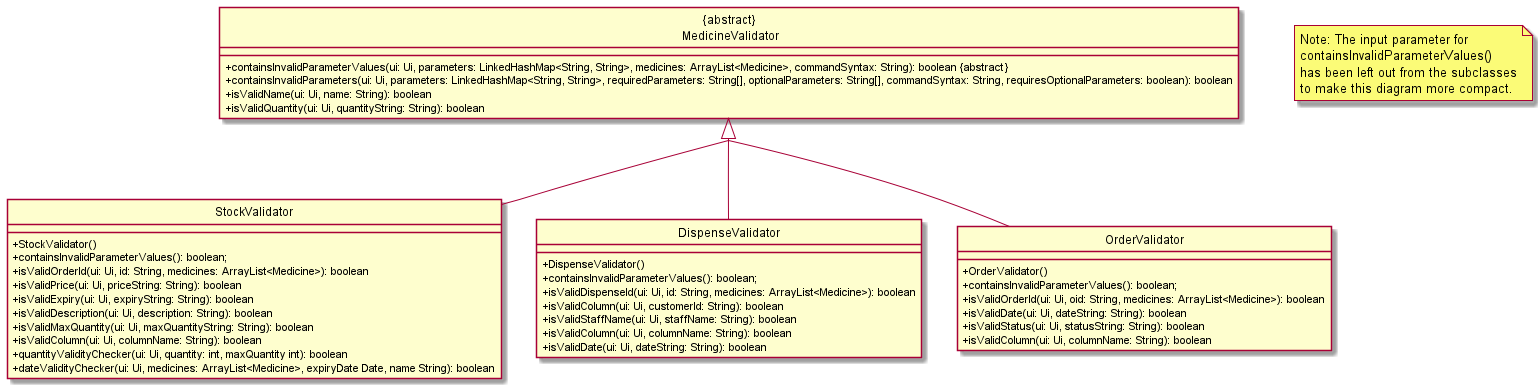
Above: docs/diagrams/diagram_images/ValidatorClassDiagram.png in nus-cs2113-AY2122S1/tp (PlantUML), before the change. The source it was exported from:
```plantuml
@startuml
hide circle
skinparam classAttributeIconSize 0
skinparam groupInheritance 3

class "{abstract}\n MedicineValidator"{
    +containsInvalidParameterValues(ui: Ui, parameters: LinkedHashMap<String, String>, medicines: ArrayList<Medicine>, commandSyntax: String): boolean &#123;abstract&#125;
    +containsInvalidParameters(ui: Ui, parameters: LinkedHashMap<String, String>, requiredParameters: String[], optionalParameters: String[], commandSyntax: String, requiresOptionalParameters: boolean): boolean
    +isValidName(ui: Ui, name: String): boolean
    +isValidQuantity(ui: Ui, quantityString: String): boolean
}

class "StockValidator"{
    +StockValidator()
    +containsInvalidParameterValues(): boolean;
    +isValidOrderId(ui: Ui, id: String, medicines: ArrayList<Medicine>): boolean
    +isValidPrice(ui: Ui, priceString: String): boolean
    +isValidExpiry(ui: Ui, expiryString: String): boolean
    +isValidDescription(ui: Ui, description: String): boolean
    +isValidMaxQuantity(ui: Ui, maxQuantityString: String): boolean
    +isValidColumn(ui: Ui, columnName: String): boolean
    +quantityValidityChecker(ui: Ui, quantity: int, maxQuantity int): boolean
    +dateValidityChecker(ui: Ui, medicines: ArrayList<Medicine>, expiryDate Date, name String): boolean
}

class "DispenseValidator"{
    +DispenseValidator()
    +containsInvalidParameterValues(): boolean;
    +isValidDispenseId(ui: Ui, id: String, medicines: ArrayList<Medicine>): boolean
    +isValidColumn(ui: Ui, customerId: String): boolean
    +isValidStaffName(ui: Ui, staffName: String): boolean
    +isValidColumn(ui: Ui, columnName: String): boolean
    +isValidDate(ui: Ui, dateString: String): boolean
}

class "OrderValidator"{
    +OrderValidator()
    +containsInvalidParameterValues(): boolean;
    +isValidOrderId(ui: Ui, oid: String, medicines: ArrayList<Medicine>): boolean
    +isValidDate(ui: Ui, dateString: String): boolean
    +isValidStatus(ui: Ui, statusString: String): boolean
    +isValidColumn(ui: Ui, columnName: String): boolean
}

"{abstract}\n MedicineValidator" <|-- "StockValidator"
"{abstract}\n MedicineValidator" <|-- "DispenseValidator"
"{abstract}\n MedicineValidator" <|-- "OrderValidator"

note "Note: The input parameter for\ncontainsInvalidParameterValues()\nhas been left out from the subclasses\nto make this diagram more compact." as n1
@enduml
```
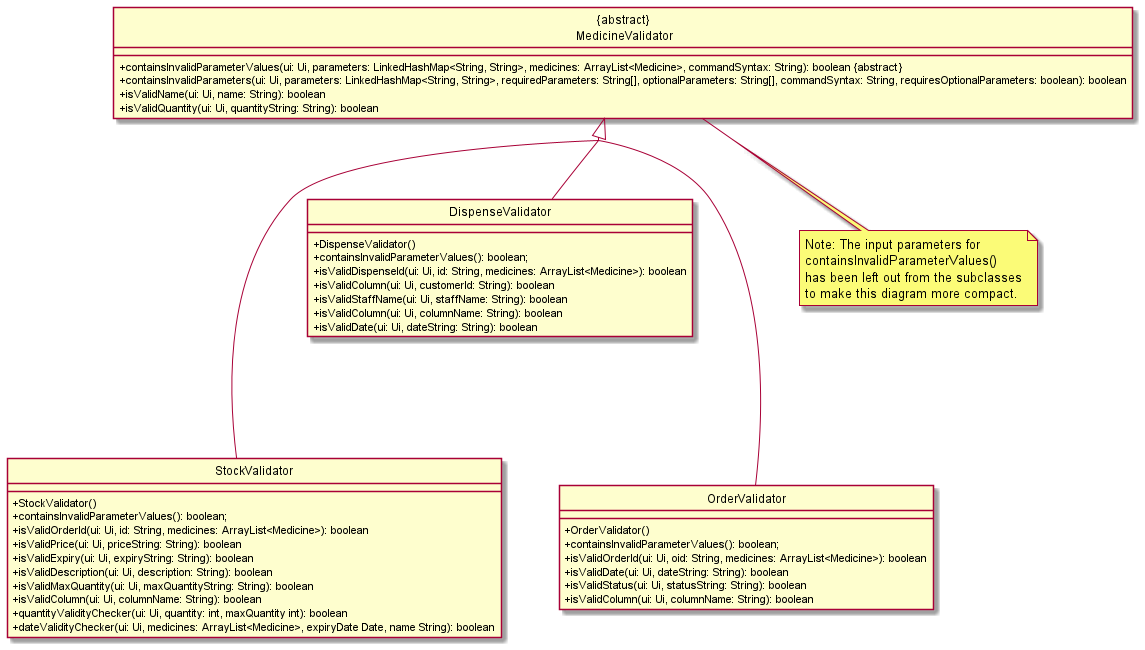
Later version of the same file.

Diff of the diagram source:
```diff
@@ -2,6 +2,7 @@
 hide circle
 skinparam classAttributeIconSize 0
 skinparam groupInheritance 3
+
 
 class "{abstract}\n MedicineValidator"{
     +containsInvalidParameterValues(ui: Ui, parameters: LinkedHashMap<String, String>, medicines: ArrayList<Medicine>, commandSyntax: String): boolean &#123;abstract&#125;
@@ -42,9 +43,9 @@
     +isValidColumn(ui: Ui, columnName: String): boolean
 }
 
-"{abstract}\n MedicineValidator" <|-- "StockValidator"
+"{abstract}\n MedicineValidator" <|---- "StockValidator"
 "{abstract}\n MedicineValidator" <|-- "DispenseValidator"
-"{abstract}\n MedicineValidator" <|-- "OrderValidator"
+"{abstract}\n MedicineValidator" <|---- "OrderValidator"
 
-note "Note: The input parameter for\ncontainsInvalidParameterValues()\nhas been left out from the subclasses\nto make this diagram more compact." as n1
+note bottom of "{abstract}\n MedicineValidator" : Note: The input parameters for\ncontainsInvalidParameterValues()\nhas been left out from the subclasses\nto make this diagram more compact.
 @enduml
```
